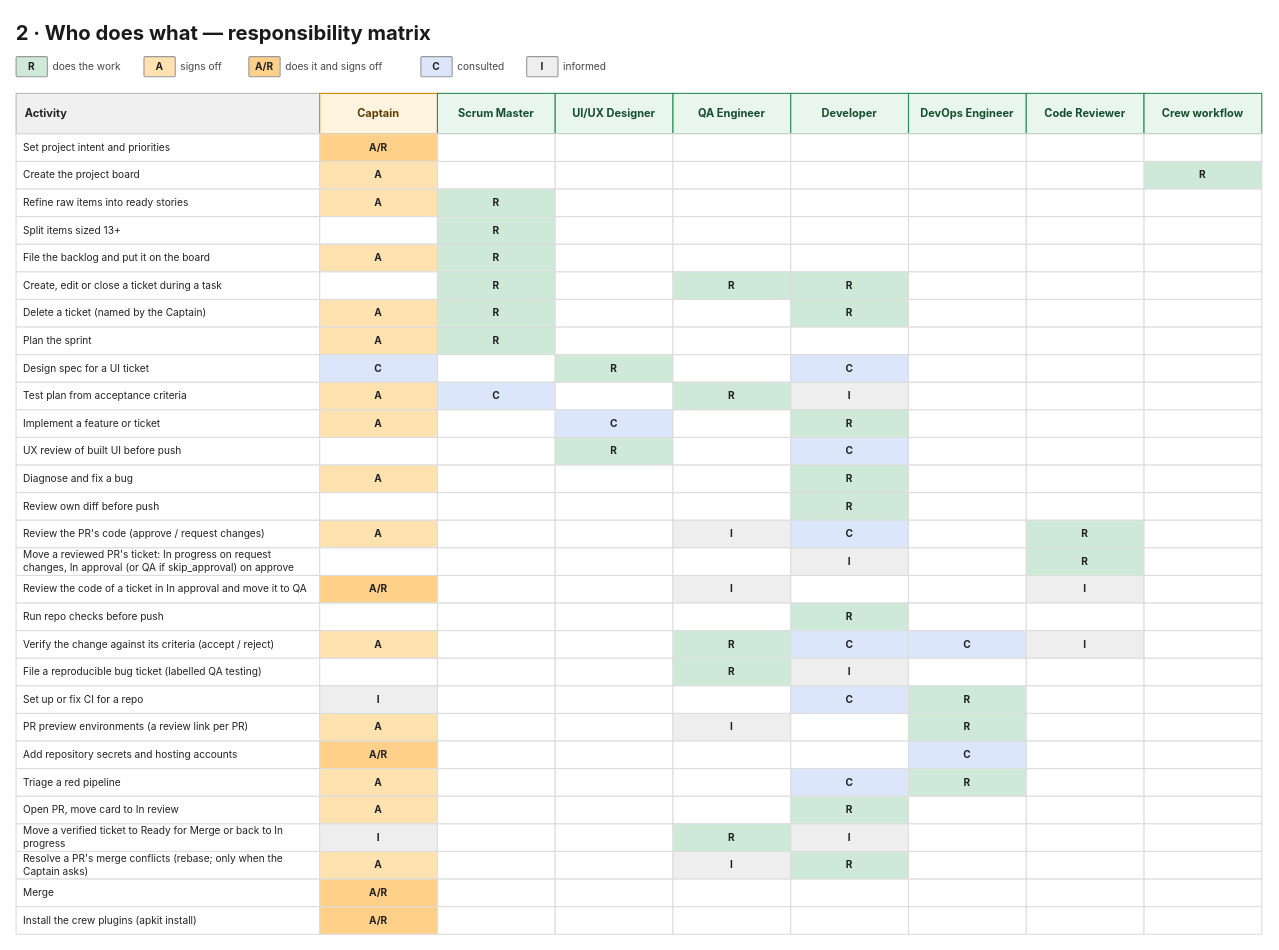
Earlier version of the draw.io diagram page "2 · Responsibility matrix" (2 of 3) of docs/crew/team.drawio (shulginilya/ai_agency_plugins). Source tidied: cells renumbered, new cells numbered last; positions are measured from the earlier drawing's top-left corner, leaving out a move shared by most shapes. Both pictures are drawn from the tidied source at 92%, with x=0, y=0 at pixel (16, 16).
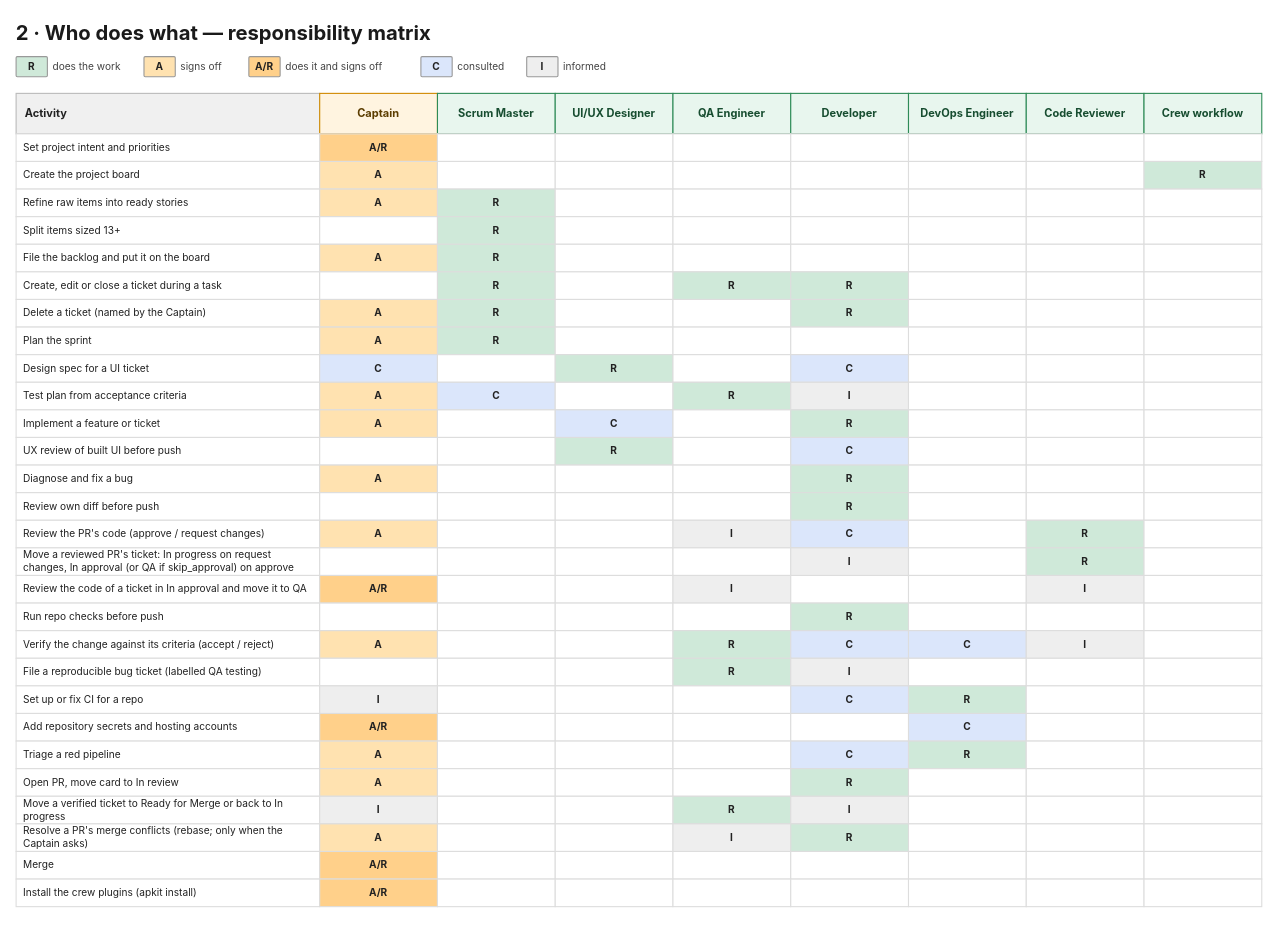
Above is the later version.

Commit message (it also covers changes not shown here):
chore(crew): regenerate crew diagram [skip ci]

Diff of the diagram source:
```diff
@@
-    <mxCell id="211" value="&lt;div style=&quot;font-size:11px;&quot;&gt;PR preview environments (a review link per PR)&lt;/div&gt;" style="rounded=0;arcSize=6;whiteSpace=wrap;html=1;fillColor=#ffffff;strokeColor=#dddddd;fontColor=#222222;strokeWidth=1.2;align=left;verticalAlign=middle;spacing=8;fontFamily=Inter;" parent="1" vertex="1">
+    <mxCell id="211" value="&lt;div style=&quot;font-size:11px;&quot;&gt;Add repository secrets and hosting accounts&lt;/div&gt;" style="rounded=0;arcSize=6;whiteSpace=wrap;html=1;fillColor=#ffffff;strokeColor=#dddddd;fontColor=#222222;strokeWidth=1.2;align=left;verticalAlign=middle;spacing=8;fontFamily=Inter;" parent="1" vertex="1">
       <mxGeometry y="758" width="330" height="30" as="geometry" />
     </mxCell>
-    <mxCell id="212" value="&lt;div style=&quot;font-size:11px;&quot;&gt;&lt;b&gt;A&lt;/b&gt;&lt;/div&gt;" style="rounded=0;arcSize=6;whiteSpace=wrap;html=1;fillColor=#ffe2b0;strokeColor=#dddddd;fontColor=#222222;strokeWidth=1.2;align=center;verticalAlign=middle;spacing=2;fontFamily=Inter;" parent="1" vertex="1">
+    <mxCell id="212" value="&lt;div style=&quot;font-size:11px;&quot;&gt;&lt;b&gt;A/R&lt;/b&gt;&lt;/div&gt;" style="rounded=0;arcSize=6;whiteSpace=wrap;html=1;fillColor=#ffd08a;strokeColor=#dddddd;fontColor=#222222;strokeWidth=1.2;align=center;verticalAlign=middle;spacing=2;fontFamily=Inter;" parent="1" vertex="1">
       <mxGeometry x="330" y="758" width="128" height="30" as="geometry" />
     </mxCell>
@@
-    <mxCell id="215" value="&lt;div style=&quot;font-size:11px;&quot;&gt;&lt;b&gt;I&lt;/b&gt;&lt;/div&gt;" style="rounded=0;arcSize=6;whiteSpace=wrap;html=1;fillColor=#eeeeee;strokeColor=#dddddd;fontColor=#222222;strokeWidth=1.2;align=center;verticalAlign=middle;spacing=2;fontFamily=Inter;" parent="1" vertex="1">
+    <mxCell id="215" value="&lt;div style=&quot;font-size:11px;&quot;&gt;&lt;/div&gt;" style="rounded=0;arcSize=6;whiteSpace=wrap;html=1;fillColor=#ffffff;strokeColor=#dddddd;fontColor=#222222;strokeWidth=1.2;align=center;verticalAlign=middle;spacing=2;fontFamily=Inter;" parent="1" vertex="1">
       <mxGeometry x="714" y="758" width="128" height="30" as="geometry" />
     </mxCell>
@@
-    <mxCell id="217" value="&lt;div style=&quot;font-size:11px;&quot;&gt;&lt;b&gt;R&lt;/b&gt;&lt;/div&gt;" style="rounded=0;arcSize=6;whiteSpace=wrap;html=1;fillColor=#cfe9d9;strokeColor=#dddddd;fontColor=#222222;strokeWidth=1.2;align=center;verticalAlign=middle;spacing=2;fontFamily=Inter;" parent="1" vertex="1">
+    <mxCell id="217" value="&lt;div style=&quot;font-size:11px;&quot;&gt;&lt;b&gt;C&lt;/b&gt;&lt;/div&gt;" style="rounded=0;arcSize=6;whiteSpace=wrap;html=1;fillColor=#dbe6fb;strokeColor=#dddddd;fontColor=#222222;strokeWidth=1.2;align=center;verticalAlign=middle;spacing=2;fontFamily=Inter;" parent="1" vertex="1">
       <mxGeometry x="970" y="758" width="128" height="30" as="geometry" />
     </mxCell>
@@
-    <mxCell id="220" value="&lt;div style=&quot;font-size:11px;&quot;&gt;Add repository secrets and hosting accounts&lt;/div&gt;" style="rounded=0;arcSize=6;whiteSpace=wrap;html=1;fillColor=#ffffff;strokeColor=#dddddd;fontColor=#222222;strokeWidth=1.2;align=left;verticalAlign=middle;spacing=8;fontFamily=Inter;" parent="1" vertex="1">
+    <mxCell id="220" value="&lt;div style=&quot;font-size:11px;&quot;&gt;Triage a red pipeline&lt;/div&gt;" style="rounded=0;arcSize=6;whiteSpace=wrap;html=1;fillColor=#ffffff;strokeColor=#dddddd;fontColor=#222222;strokeWidth=1.2;align=left;verticalAlign=middle;spacing=8;fontFamily=Inter;" parent="1" vertex="1">
       <mxGeometry y="788" width="330" height="30" as="geometry" />
     </mxCell>
-    <mxCell id="221" value="&lt;div style=&quot;font-size:11px;&quot;&gt;&lt;b&gt;A/R&lt;/b&gt;&lt;/div&gt;" style="rounded=0;arcSize=6;whiteSpace=wrap;html=1;fillColor=#ffd08a;strokeColor=#dddddd;fontColor=#222222;strokeWidth=1.2;align=center;verticalAlign=middle;spacing=2;fontFamily=Inter;" parent="1" vertex="1">
+    <mxCell id="221" value="&lt;div style=&quot;font-size:11px;&quot;&gt;&lt;b&gt;A&lt;/b&gt;&lt;/div&gt;" style="rounded=0;arcSize=6;whiteSpace=wrap;html=1;fillColor=#ffe2b0;strokeColor=#dddddd;fontColor=#222222;strokeWidth=1.2;align=center;verticalAlign=middle;spacing=2;fontFamily=Inter;" parent="1" vertex="1">
       <mxGeometry x="330" y="788" width="128" height="30" as="geometry" />
     </mxCell>
@@
-    <mxCell id="225" value="&lt;div style=&quot;font-size:11px;&quot;&gt;&lt;/div&gt;" style="rounded=0;arcSize=6;whiteSpace=wrap;html=1;fillColor=#ffffff;strokeColor=#dddddd;fontColor=#222222;strokeWidth=1.2;align=center;verticalAlign=middle;spacing=2;fontFamily=Inter;" parent="1" vertex="1">
+    <mxCell id="225" value="&lt;div style=&quot;font-size:11px;&quot;&gt;&lt;b&gt;C&lt;/b&gt;&lt;/div&gt;" style="rounded=0;arcSize=6;whiteSpace=wrap;html=1;fillColor=#dbe6fb;strokeColor=#dddddd;fontColor=#222222;strokeWidth=1.2;align=center;verticalAlign=middle;spacing=2;fontFamily=Inter;" parent="1" vertex="1">
       <mxGeometry x="842" y="788" width="128" height="30" as="geometry" />
     </mxCell>
-    <mxCell id="226" value="&lt;div style=&quot;font-size:11px;&quot;&gt;&lt;b&gt;C&lt;/b&gt;&lt;/div&gt;" style="rounded=0;arcSize=6;whiteSpace=wrap;html=1;fillColor=#dbe6fb;strokeColor=#dddddd;fontColor=#222222;strokeWidth=1.2;align=center;verticalAlign=middle;spacing=2;fontFamily=Inter;" parent="1" vertex="1">
+    <mxCell id="226" value="&lt;div style=&quot;font-size:11px;&quot;&gt;&lt;b&gt;R&lt;/b&gt;&lt;/div&gt;" style="rounded=0;arcSize=6;whiteSpace=wrap;html=1;fillColor=#cfe9d9;strokeColor=#dddddd;fontColor=#222222;strokeWidth=1.2;align=center;verticalAlign=middle;spacing=2;fontFamily=Inter;" parent="1" vertex="1">
       <mxGeometry x="970" y="788" width="128" height="30" as="geometry" />
     </mxCell>
@@
-    <mxCell id="229" value="&lt;div style=&quot;font-size:11px;&quot;&gt;Triage a red pipeline&lt;/div&gt;" style="rounded=0;arcSize=6;whiteSpace=wrap;html=1;fillColor=#ffffff;strokeColor=#dddddd;fontColor=#222222;strokeWidth=1.2;align=left;verticalAlign=middle;spacing=8;fontFamily=Inter;" parent="1" vertex="1">
+    <mxCell id="229" value="&lt;div style=&quot;font-size:11px;&quot;&gt;Open PR, move card to In review&lt;/div&gt;" style="rounded=0;arcSize=6;whiteSpace=wrap;html=1;fillColor=#ffffff;strokeColor=#dddddd;fontColor=#222222;strokeWidth=1.2;align=left;verticalAlign=middle;spacing=8;fontFamily=Inter;" parent="1" vertex="1">
       <mxGeometry y="818" width="330" height="30" as="geometry" />
     </mxCell>
@@
-    <mxCell id="234" value="&lt;div style=&quot;font-size:11px;&quot;&gt;&lt;b&gt;C&lt;/b&gt;&lt;/div&gt;" style="rounded=0;arcSize=6;whiteSpace=wrap;html=1;fillColor=#dbe6fb;strokeColor=#dddddd;fontColor=#222222;strokeWidth=1.2;align=center;verticalAlign=middle;spacing=2;fontFamily=Inter;" parent="1" vertex="1">
+    <mxCell id="234" value="&lt;div style=&quot;font-size:11px;&quot;&gt;&lt;b&gt;R&lt;/b&gt;&lt;/div&gt;" style="rounded=0;arcSize=6;whiteSpace=wrap;html=1;fillColor=#cfe9d9;strokeColor=#dddddd;fontColor=#222222;strokeWidth=1.2;align=center;verticalAlign=middle;spacing=2;fontFamily=Inter;" parent="1" vertex="1">
       <mxGeometry x="842" y="818" width="128" height="30" as="geometry" />
     </mxCell>
-    <mxCell id="235" value="&lt;div style=&quot;font-size:11px;&quot;&gt;&lt;b&gt;R&lt;/b&gt;&lt;/div&gt;" style="rounded=0;arcSize=6;whiteSpace=wrap;html=1;fillColor=#cfe9d9;strokeColor=#dddddd;fontColor=#222222;strokeWidth=1.2;align=center;verticalAlign=middle;spacing=2;fontFamily=Inter;" parent="1" vertex="1">
+    <mxCell id="235" value="&lt;div style=&quot;font-size:11px;&quot;&gt;&lt;/div&gt;" style="rounded=0;arcSize=6;whiteSpace=wrap;html=1;fillColor=#ffffff;strokeColor=#dddddd;fontColor=#222222;strokeWidth=1.2;align=center;verticalAlign=middle;spacing=2;fontFamily=Inter;" parent="1" vertex="1">
       <mxGeometry x="970" y="818" width="128" height="30" as="geometry" />
     </mxCell>
@@
-    <mxCell id="238" value="&lt;div style=&quot;font-size:11px;&quot;&gt;Open PR, move card to In review&lt;/div&gt;" style="rounded=0;arcSize=6;whiteSpace=wrap;html=1;fillColor=#ffffff;strokeColor=#dddddd;fontColor=#222222;strokeWidth=1.2;align=left;verticalAlign=middle;spacing=8;fontFamily=Inter;" parent="1" vertex="1">
+    <mxCell id="238" value="&lt;div style=&quot;font-size:11px;&quot;&gt;Move a verified ticket to Ready for Merge or back to In progress&lt;/div&gt;" style="rounded=0;arcSize=6;whiteSpace=wrap;html=1;fillColor=#ffffff;strokeColor=#dddddd;fontColor=#222222;strokeWidth=1.2;align=left;verticalAlign=middle;spacing=8;fontFamily=Inter;" parent="1" vertex="1">
       <mxGeometry y="848" width="330" height="30" as="geometry" />
     </mxCell>
-    <mxCell id="239" value="&lt;div style=&quot;font-size:11px;&quot;&gt;&lt;b&gt;A&lt;/b&gt;&lt;/div&gt;" style="rounded=0;arcSize=6;whiteSpace=wrap;html=1;fillColor=#ffe2b0;strokeColor=#dddddd;fontColor=#222222;strokeWidth=1.2;align=center;verticalAlign=middle;spacing=2;fontFamily=Inter;" parent="1" vertex="1">
+    <mxCell id="239" value="&lt;div style=&quot;font-size:11px;&quot;&gt;&lt;b&gt;I&lt;/b&gt;&lt;/div&gt;" style="rounded=0;arcSize=6;whiteSpace=wrap;html=1;fillColor=#eeeeee;strokeColor=#dddddd;fontColor=#222222;strokeWidth=1.2;align=center;verticalAlign=middle;spacing=2;fontFamily=Inter;" parent="1" vertex="1">
       <mxGeometry x="330" y="848" width="128" height="30" as="geometry" />
     </mxCell>
@@
-    <mxCell id="242" value="&lt;div style=&quot;font-size:11px;&quot;&gt;&lt;/div&gt;" style="rounded=0;arcSize=6;whiteSpace=wrap;html=1;fillColor=#ffffff;strokeColor=#dddddd;fontColor=#222222;strokeWidth=1.2;align=center;verticalAlign=middle;spacing=2;fontFamily=Inter;" parent="1" vertex="1">
+    <mxCell id="242" value="&lt;div style=&quot;font-size:11px;&quot;&gt;&lt;b&gt;R&lt;/b&gt;&lt;/div&gt;" style="rounded=0;arcSize=6;whiteSpace=wrap;html=1;fillColor=#cfe9d9;strokeColor=#dddddd;fontColor=#222222;strokeWidth=1.2;align=center;verticalAlign=middle;spacing=2;fontFamily=Inter;" parent="1" vertex="1">
       <mxGeometry x="714" y="848" width="128" height="30" as="geometry" />
     </mxCell>
-    <mxCell id="243" value="&lt;div style=&quot;font-size:11px;&quot;&gt;&lt;b&gt;R&lt;/b&gt;&lt;/div&gt;" style="rounded=0;arcSize=6;whiteSpace=wrap;html=1;fillColor=#cfe9d9;strokeColor=#dddddd;fontColor=#222222;strokeWidth=1.2;align=center;verticalAlign=middle;spacing=2;fontFamily=Inter;" parent="1" vertex="1">
+    <mxCell id="243" value="&lt;div style=&quot;font-size:11px;&quot;&gt;&lt;b&gt;I&lt;/b&gt;&lt;/div&gt;" style="rounded=0;arcSize=6;whiteSpace=wrap;html=1;fillColor=#eeeeee;strokeColor=#dddddd;fontColor=#222222;strokeWidth=1.2;align=center;verticalAlign=middle;spacing=2;fontFamily=Inter;" parent="1" vertex="1">
       <mxGeometry x="842" y="848" width="128" height="30" as="geometry" />
     </mxCell>
@@
-    <mxCell id="247" value="&lt;div style=&quot;font-size:11px;&quot;&gt;Move a verified ticket to Ready for Merge or back to In progress&lt;/div&gt;" style="rounded=0;arcSize=6;whiteSpace=wrap;html=1;fillColor=#ffffff;strokeColor=#dddddd;fontColor=#222222;strokeWidth=1.2;align=left;verticalAlign=middle;spacing=8;fontFamily=Inter;" parent="1" vertex="1">
+    <mxCell id="247" value="&lt;div style=&quot;font-size:11px;&quot;&gt;Resolve a PR&amp;#x27;s merge conflicts (rebase; only when the Captain asks)&lt;/div&gt;" style="rounded=0;arcSize=6;whiteSpace=wrap;html=1;fillColor=#ffffff;strokeColor=#dddddd;fontColor=#222222;strokeWidth=1.2;align=left;verticalAlign=middle;spacing=8;fontFamily=Inter;" parent="1" vertex="1">
       <mxGeometry y="878" width="330" height="30" as="geometry" />
     </mxCell>
-    <mxCell id="248" value="&lt;div style=&quot;font-size:11px;&quot;&gt;&lt;b&gt;I&lt;/b&gt;&lt;/div&gt;" style="rounded=0;arcSize=6;whiteSpace=wrap;html=1;fillColor=#eeeeee;strokeColor=#dddddd;fontColor=#222222;strokeWidth=1.2;align=center;verticalAlign=middle;spacing=2;fontFamily=Inter;" parent="1" vertex="1">
+    <mxCell id="248" value="&lt;div style=&quot;font-size:11px;&quot;&gt;&lt;b&gt;A&lt;/b&gt;&lt;/div&gt;" style="rounded=0;arcSize=6;whiteSpace=wrap;html=1;fillColor=#ffe2b0;strokeColor=#dddddd;fontColor=#222222;strokeWidth=1.2;align=center;verticalAlign=middle;spacing=2;fontFamily=Inter;" parent="1" vertex="1">
       <mxGeometry x="330" y="878" width="128" height="30" as="geometry" />
     </mxCell>
@@
-    <mxCell id="251" value="&lt;div style=&quot;font-size:11px;&quot;&gt;&lt;b&gt;R&lt;/b&gt;&lt;/div&gt;" style="rounded=0;arcSize=6;whiteSpace=wrap;html=1;fillColor=#cfe9d9;strokeColor=#dddddd;fontColor=#222222;strokeWidth=1.2;align=center;verticalAlign=middle;spacing=2;fontFamily=Inter;" parent="1" vertex="1">
+    <mxCell id="251" value="&lt;div style=&quot;font-size:11px;&quot;&gt;&lt;b&gt;I&lt;/b&gt;&lt;/div&gt;" style="rounded=0;arcSize=6;whiteSpace=wrap;html=1;fillColor=#eeeeee;strokeColor=#dddddd;fontColor=#222222;strokeWidth=1.2;align=center;verticalAlign=middle;spacing=2;fontFamily=Inter;" parent="1" vertex="1">
       <mxGeometry x="714" y="878" width="128" height="30" as="geometry" />
     </mxCell>
-    <mxCell id="252" value="&lt;div style=&quot;font-size:11px;&quot;&gt;&lt;b&gt;I&lt;/b&gt;&lt;/div&gt;" style="rounded=0;arcSize=6;whiteSpace=wrap;html=1;fillColor=#eeeeee;strokeColor=#dddddd;fontColor=#222222;strokeWidth=1.2;align=center;verticalAlign=middle;spacing=2;fontFamily=Inter;" parent="1" vertex="1">
+    <mxCell id="252" value="&lt;div style=&quot;font-size:11px;&quot;&gt;&lt;b&gt;R&lt;/b&gt;&lt;/div&gt;" style="rounded=0;arcSize=6;whiteSpace=wrap;html=1;fillColor=#cfe9d9;strokeColor=#dddddd;fontColor=#222222;strokeWidth=1.2;align=center;verticalAlign=middle;spacing=2;fontFamily=Inter;" parent="1" vertex="1">
       <mxGeometry x="842" y="878" width="128" height="30" as="geometry" />
     </mxCell>
@@
-    <mxCell id="256" value="&lt;div style=&quot;font-size:11px;&quot;&gt;Resolve a PR&amp;#x27;s merge conflicts (rebase; only when the Captain asks)&lt;/div&gt;" style="rounded=0;arcSize=6;whiteSpace=wrap;html=1;fillColor=#ffffff;strokeColor=#dddddd;fontColor=#222222;strokeWidth=1.2;align=left;verticalAlign=middle;spacing=8;fontFamily=Inter;" parent="1" vertex="1">
+    <mxCell id="256" value="&lt;div style=&quot;font-size:11px;&quot;&gt;Merge&lt;/div&gt;" style="rounded=0;arcSize=6;whiteSpace=wrap;html=1;fillColor=#ffffff;strokeColor=#dddddd;fontColor=#222222;strokeWidth=1.2;align=left;verticalAlign=middle;spacing=8;fontFamily=Inter;" parent="1" vertex="1">
       <mxGeometry y="908" width="330" height="30" as="geometry" />
     </mxCell>
-    <mxCell id="257" value="&lt;div style=&quot;font-size:11px;&quot;&gt;&lt;b&gt;A&lt;/b&gt;&lt;/div&gt;" style="rounded=0;arcSize=6;whiteSpace=wrap;html=1;fillColor=#ffe2b0;strokeColor=#dddddd;fontColor=#222222;strokeWidth=1.2;align=center;verticalAlign=middle;spacing=2;fontFamily=Inter;" parent="1" vertex="1">
+    <mxCell id="257" value="&lt;div style=&quot;font-size:11px;&quot;&gt;&lt;b&gt;A/R&lt;/b&gt;&lt;/div&gt;" style="rounded=0;arcSize=6;whiteSpace=wrap;html=1;fillColor=#ffd08a;strokeColor=#dddddd;fontColor=#222222;strokeWidth=1.2;align=center;verticalAlign=middle;spacing=2;fontFamily=Inter;" parent="1" vertex="1">
       <mxGeometry x="330" y="908" width="128" height="30" as="geometry" />
     </mxCell>
@@
-    <mxCell id="260" value="&lt;div style=&quot;font-size:11px;&quot;&gt;&lt;b&gt;I&lt;/b&gt;&lt;/div&gt;" style="rounded=0;arcSize=6;whiteSpace=wrap;html=1;fillColor=#eeeeee;strokeColor=#dddddd;fontColor=#222222;strokeWidth=1.2;align=center;verticalAlign=middle;spacing=2;fontFamily=Inter;" parent="1" vertex="1">
+    <mxCell id="260" value="&lt;div style=&quot;font-size:11px;&quot;&gt;&lt;/div&gt;" style="rounded=0;arcSize=6;whiteSpace=wrap;html=1;fillColor=#ffffff;strokeColor=#dddddd;fontColor=#222222;strokeWidth=1.2;align=center;verticalAlign=middle;spacing=2;fontFamily=Inter;" parent="1" vertex="1">
       <mxGeometry x="714" y="908" width="128" height="30" as="geometry" />
     </mxCell>
-    <mxCell id="261" value="&lt;div style=&quot;font-size:11px;&quot;&gt;&lt;b&gt;R&lt;/b&gt;&lt;/div&gt;" style="rounded=0;arcSize=6;whiteSpace=wrap;html=1;fillColor=#cfe9d9;strokeColor=#dddddd;fontColor=#222222;strokeWidth=1.2;align=center;verticalAlign=middle;spacing=2;fontFamily=Inter;" parent="1" vertex="1">
+    <mxCell id="261" value="&lt;div style=&quot;font-size:11px;&quot;&gt;&lt;/div&gt;" style="rounded=0;arcSize=6;whiteSpace=wrap;html=1;fillColor=#ffffff;strokeColor=#dddddd;fontColor=#222222;strokeWidth=1.2;align=center;verticalAlign=middle;spacing=2;fontFamily=Inter;" parent="1" vertex="1">
       <mxGeometry x="842" y="908" width="128" height="30" as="geometry" />
     </mxCell>
@@
-    <mxCell id="265" value="&lt;div style=&quot;font-size:11px;&quot;&gt;Merge&lt;/div&gt;" style="rounded=0;arcSize=6;whiteSpace=wrap;html=1;fillColor=#ffffff;strokeColor=#dddddd;fontColor=#222222;strokeWidth=1.2;align=left;verticalAlign=middle;spacing=8;fontFamily=Inter;" parent="1" vertex="1">
+    <mxCell id="265" value="&lt;div style=&quot;font-size:11px;&quot;&gt;Install the crew plugins (apkit install)&lt;/div&gt;" style="rounded=0;arcSize=6;whiteSpace=wrap;html=1;fillColor=#ffffff;strokeColor=#dddddd;fontColor=#222222;strokeWidth=1.2;align=left;verticalAlign=middle;spacing=8;fontFamily=Inter;" parent="1" vertex="1">
       <mxGeometry y="938" width="330" height="30" as="geometry" />
     </mxCell>
@@
-    <mxCell id="274" value="&lt;div style=&quot;font-size:11px;&quot;&gt;Install the crew plugins (apkit install)&lt;/div&gt;" style="rounded=0;arcSize=6;whiteSpace=wrap;html=1;fillColor=#ffffff;strokeColor=#dddddd;fontColor=#222222;strokeWidth=1.2;align=left;verticalAlign=middle;spacing=8;fontFamily=Inter;" parent="1" vertex="1">
-      <mxGeometry y="968" width="330" height="30" as="geometry" />
-    </mxCell>
-    <mxCell id="275" value="&lt;div style=&quot;font-size:11px;&quot;&gt;&lt;b&gt;A/R&lt;/b&gt;&lt;/div&gt;" style="rounded=0;arcSize=6;whiteSpace=wrap;html=1;fillColor=#ffd08a;strokeColor=#dddddd;fontColor=#222222;strokeWidth=1.2;align=center;verticalAlign=middle;spacing=2;fontFamily=Inter;" parent="1" vertex="1">
-      <mxGeometry x="330" y="968" width="128" height="30" as="geometry" />
-    </mxCell>
-    <mxCell id="276" value="&lt;div style=&quot;font-size:11px;&quot;&gt;&lt;/div&gt;" style="rounded=0;arcSize=6;whiteSpace=wrap;html=1;fillColor=#ffffff;strokeColor=#dddddd;fontColor=#222222;strokeWidth=1.2;align=center;verticalAlign=middle;spacing=2;fontFamily=Inter;" parent="1" vertex="1">
-      <mxGeometry x="458" y="968" width="128" height="30" as="geometry" />
-    </mxCell>
-    <mxCell id="277" value="&lt;div style=&quot;font-size:11px;&quot;&gt;&lt;/div&gt;" style="rounded=0;arcSize=6;whiteSpace=wrap;html=1;fillColor=#ffffff;strokeColor=#dddddd;fontColor=#222222;strokeWidth=1.2;align=center;verticalAlign=middle;spacing=2;fontFamily=Inter;" parent="1" vertex="1">
-      <mxGeometry x="586" y="968" width="128" height="30" as="geometry" />
-    </mxCell>
-    <mxCell id="278" value="&lt;div style=&quot;font-size:11px;&quot;&gt;&lt;/div&gt;" style="rounded=0;arcSize=6;whiteSpace=wrap;html=1;fillColor=#ffffff;strokeColor=#dddddd;fontColor=#222222;strokeWidth=1.2;align=center;verticalAlign=middle;spacing=2;fontFamily=Inter;" parent="1" vertex="1">
-      <mxGeometry x="714" y="968" width="128" height="30" as="geometry" />
-    </mxCell>
-    <mxCell id="279" value="&lt;div style=&quot;font-size:11px;&quot;&gt;&lt;/div&gt;" style="rounded=0;arcSize=6;whiteSpace=wrap;html=1;fillColor=#ffffff;strokeColor=#dddddd;fontColor=#222222;strokeWidth=1.2;align=center;verticalAlign=middle;spacing=2;fontFamily=Inter;" parent="1" vertex="1">
-      <mxGeometry x="842" y="968" width="128" height="30" as="geometry" />
-    </mxCell>
-    <mxCell id="280" value="&lt;div style=&quot;font-size:11px;&quot;&gt;&lt;/div&gt;" style="rounded=0;arcSize=6;whiteSpace=wrap;html=1;fillColor=#ffffff;strokeColor=#dddddd;fontColor=#222222;strokeWidth=1.2;align=center;verticalAlign=middle;spacing=2;fontFamily=Inter;" parent="1" vertex="1">
-      <mxGeometry x="970" y="968" width="128" height="30" as="geometry" />
-    </mxCell>
-    <mxCell id="281" value="&lt;div style=&quot;font-size:11px;&quot;&gt;&lt;/div&gt;" style="rounded=0;arcSize=6;whiteSpace=wrap;html=1;fillColor=#ffffff;strokeColor=#dddddd;fontColor=#222222;strokeWidth=1.2;align=center;verticalAlign=middle;spacing=2;fontFamily=Inter;" parent="1" vertex="1">
-      <mxGeometry x="1098" y="968" width="128" height="30" as="geometry" />
-    </mxCell>
-    <mxCell id="282" value="&lt;div style=&quot;font-size:11px;&quot;&gt;&lt;/div&gt;" style="rounded=0;arcSize=6;whiteSpace=wrap;html=1;fillColor=#ffffff;strokeColor=#dddddd;fontColor=#222222;strokeWidth=1.2;align=center;verticalAlign=middle;spacing=2;fontFamily=Inter;" parent="1" vertex="1">
-      <mxGeometry x="1226" y="968" width="128" height="30" as="geometry" />
-    </mxCell>
```
